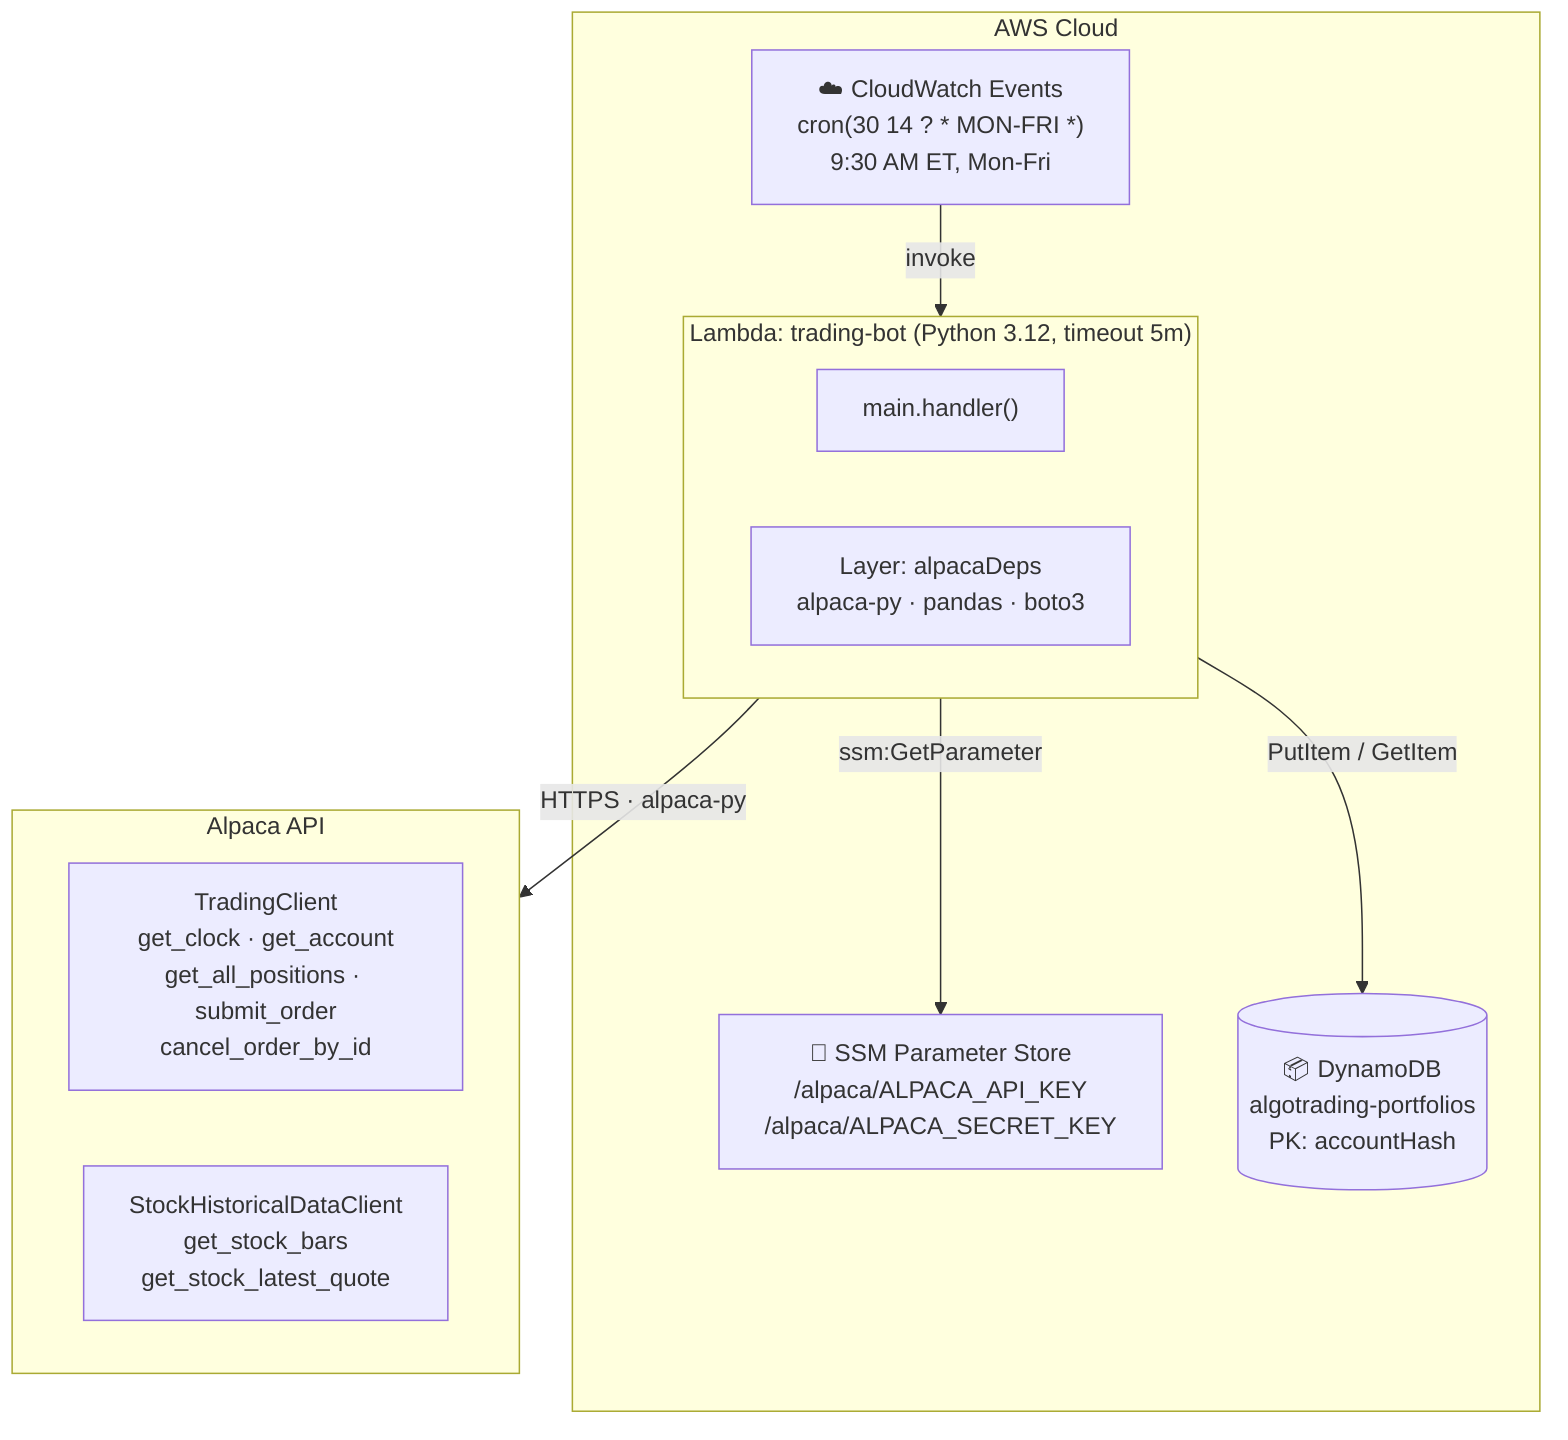
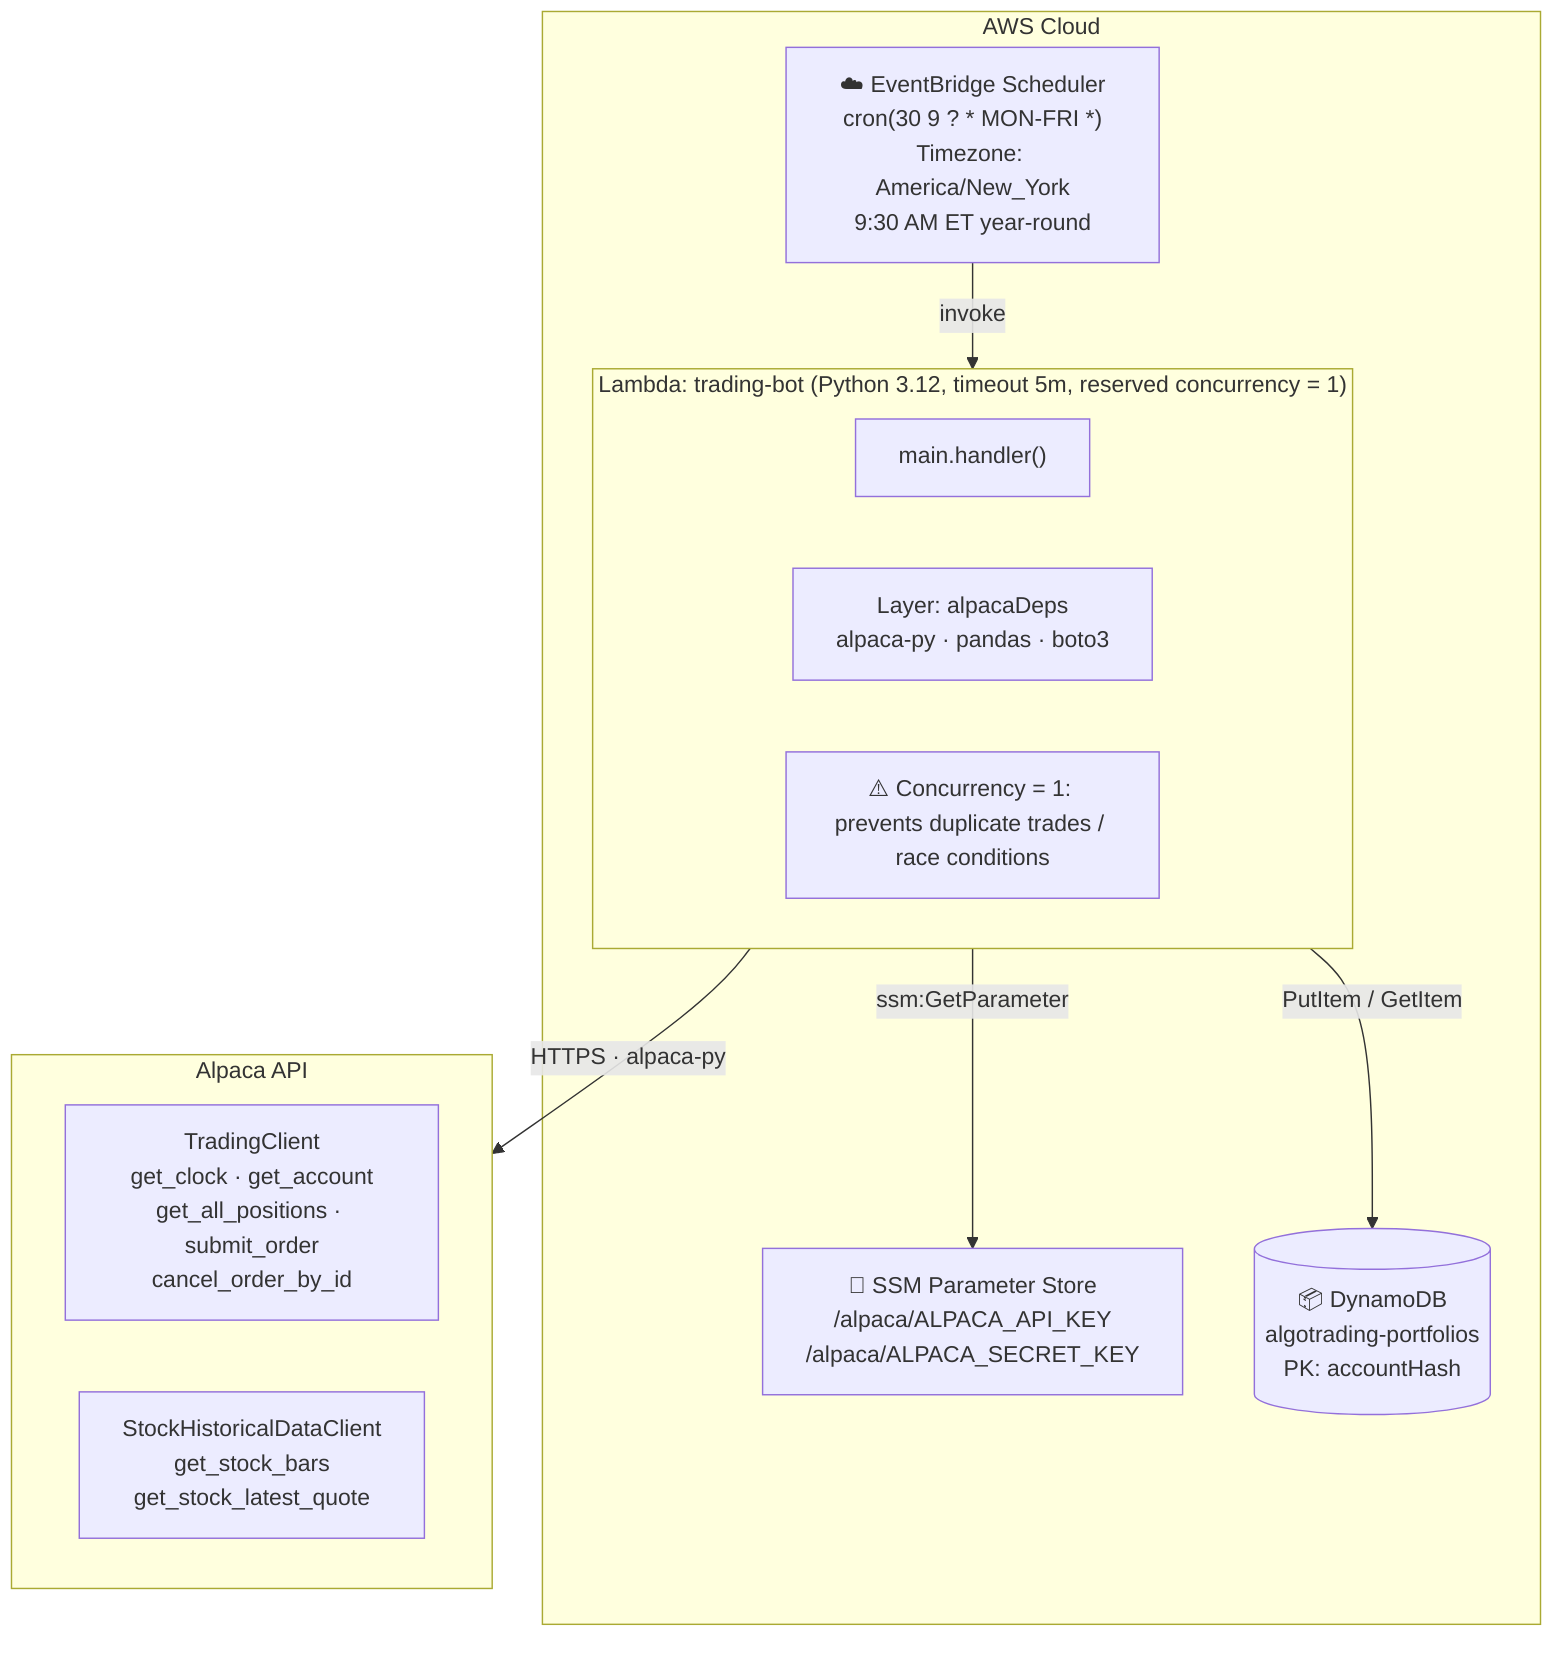
flowchart TD
-     CW["☁️ CloudWatch Events
- cron(30 14 ? * MON-FRI *)
- 9:30 AM ET, Mon-Fri"]
+     EB["☁️ EventBridge Scheduler
+ cron(30 9 ? * MON-FRI *)
+ Timezone: America/New_York
+ 9:30 AM ET year-round"]

    subgraph AWS["AWS Cloud"]
-         CW -->|invoke| Lambda
+     EB -->|invoke| Lambda

-         subgraph Lambda["Lambda: trading-bot (Python 3.12, timeout 5m)"]
+         subgraph Lambda["Lambda: trading-bot (Python 3.12, timeout 5m, reserved concurrency = 1)"]
            handler["main.handler()"]
            layer["Layer: alpacaDeps
alpaca-py · pandas · boto3"]
+             note["⚠️ Concurrency = 1: prevents duplicate trades / race conditions"]
        end

        Lambda -->|ssm:GetParameter| SSM
        Lambda -->|PutItem / GetItem| DDB

        SSM["🔐 SSM Parameter Store
/alpaca/ALPACA_API_KEY
/alpaca/ALPACA_SECRET_KEY"]
        DDB[("📦 DynamoDB
algotrading-portfolios
PK: accountHash")]
    end

    Lambda -->|HTTPS · alpaca-py| Alpaca

    subgraph Alpaca["Alpaca API"]
        TC["TradingClient
get_clock · get_account
get_all_positions · submit_order
cancel_order_by_id"]
        DC["StockHistoricalDataClient
get_stock_bars
get_stock_latest_quote"]
    end
